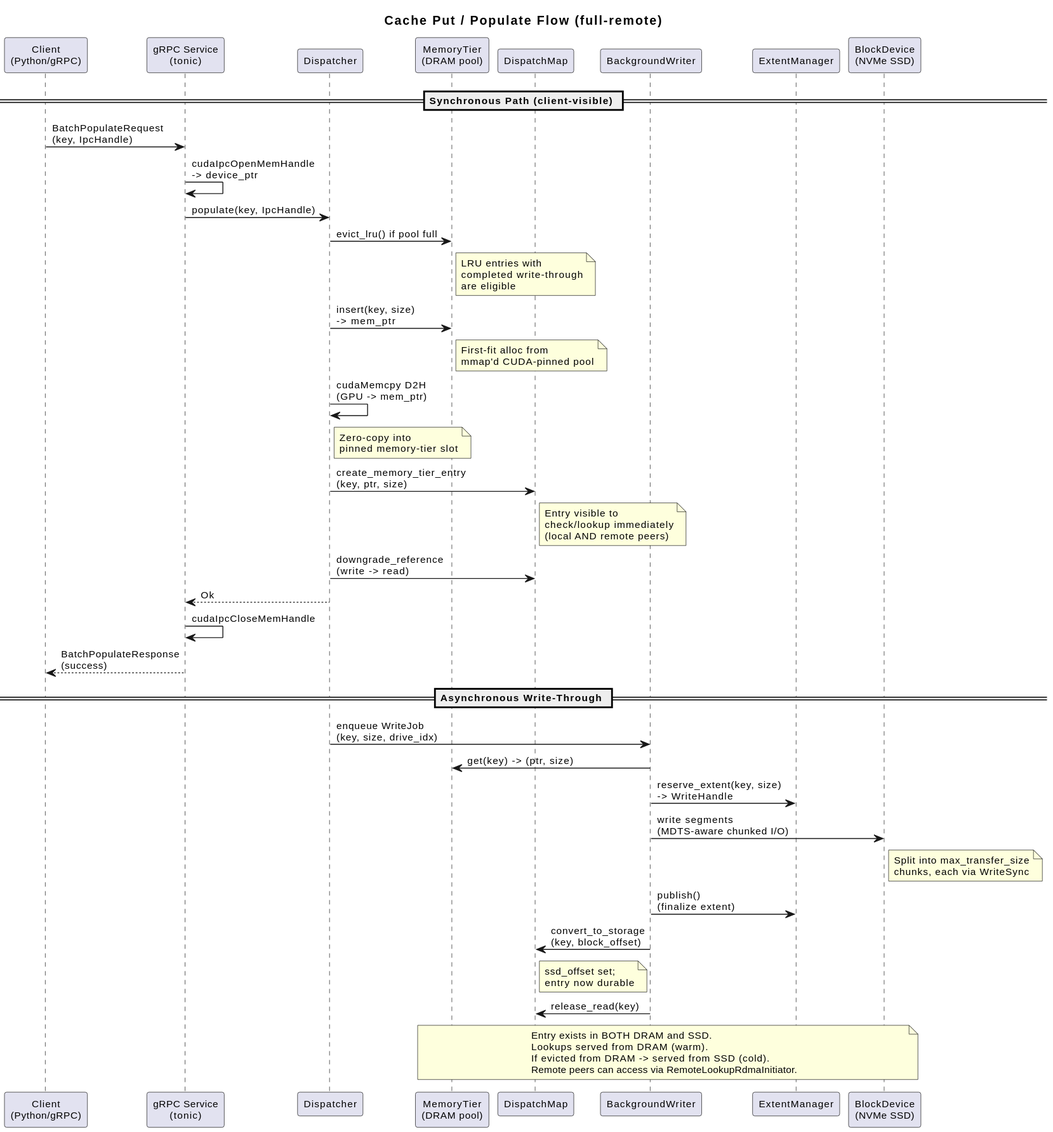
Above: design/profiles/full-remote/design-spec-put-flow.svg in AI-native-Systems-Research/ai-native-storage-certus (PlantUML), before the change.
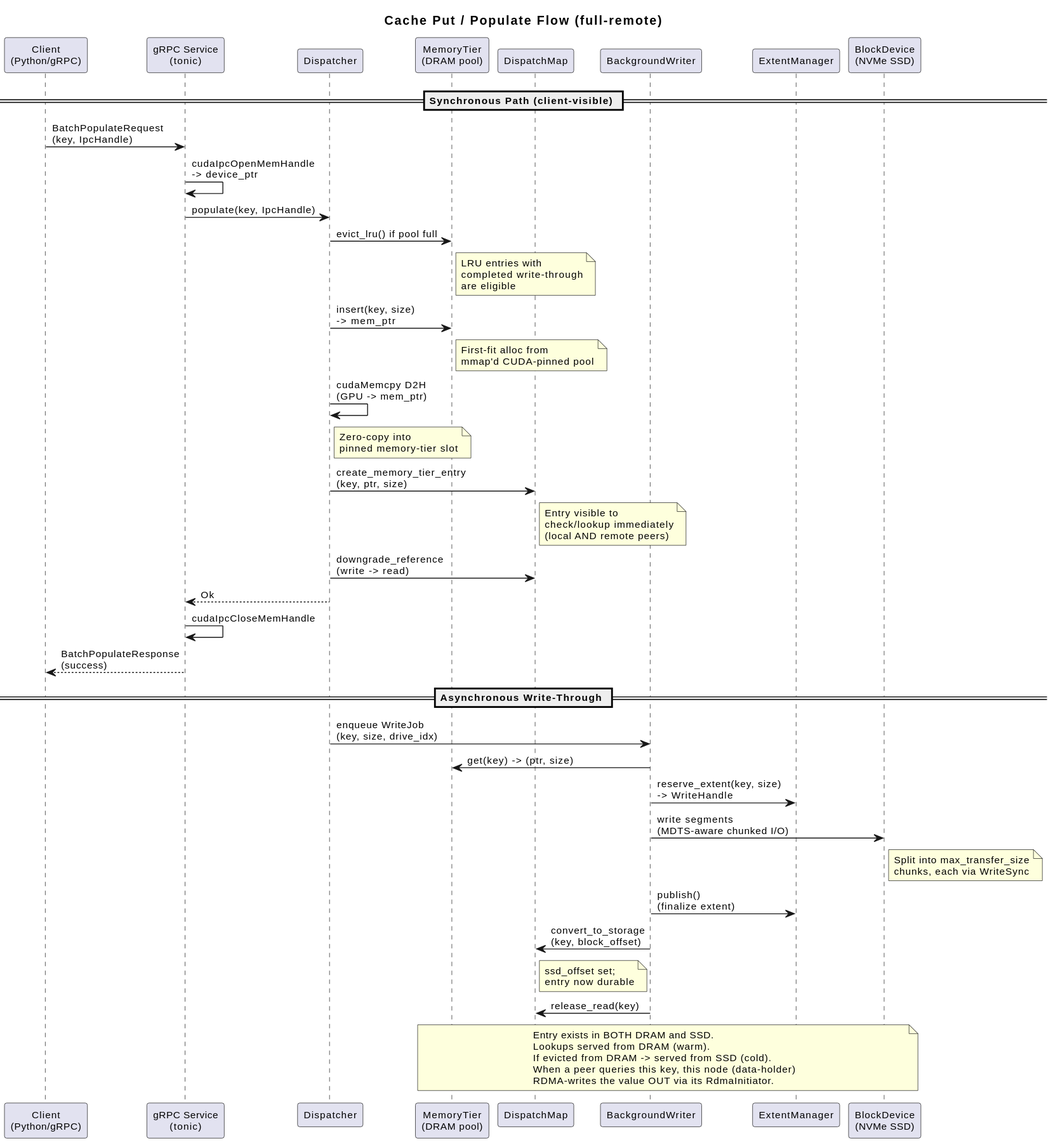
Above is the later version.

The edit, as a diff of the source:
```diff
@@ -51,5 +51,5 @@
 
 bgw -> dm: release_read(key)
 
-note over mt, ssd: Entry exists in BOTH DRAM and SSD.\nLookups served from DRAM (warm).\nIf evicted from DRAM -> served from SSD (cold).\nRemote peers can access via RemoteRequestHandler.
+note over mt, ssd: Entry exists in BOTH DRAM and SSD.\nLookups served from DRAM (warm).\nIf evicted from DRAM -> served from SSD (cold).\nWhen a peer queries this key, this node (data-holder)\nRDMA-writes the value OUT via its RdmaInitiator.
 @enduml
```
